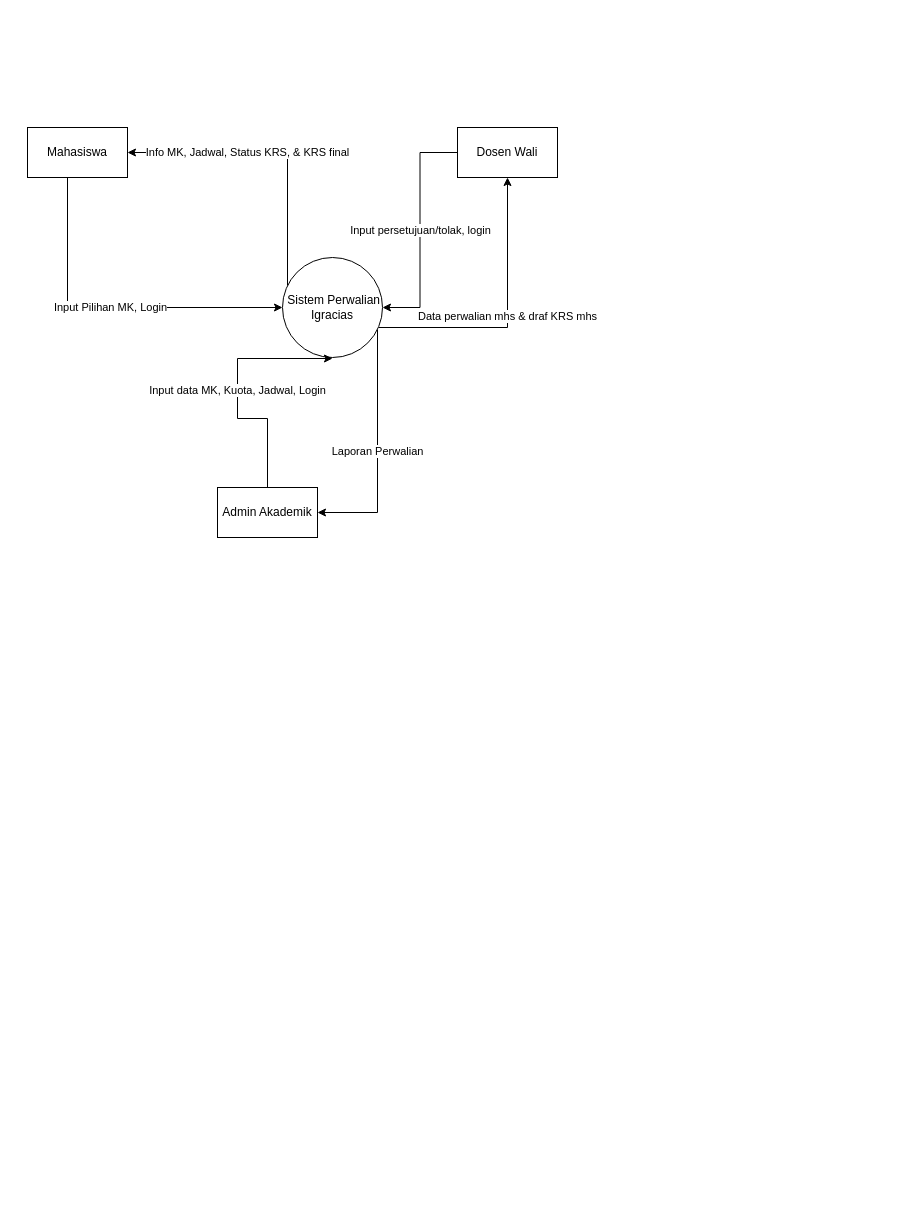
Before: DIAGRAM UTS ONLINE RPL.drawio in raskolnikov64/diagram-ukk, a draw.io diagram. Source tidied: cells renumbered, new cells numbered last; positions are measured from the earlier drawing's top-left corner, leaving out a move shared by most shapes. Both pictures are drawn from the tidied source at 100%, with x=0, y=0 at pixel (27, 127).
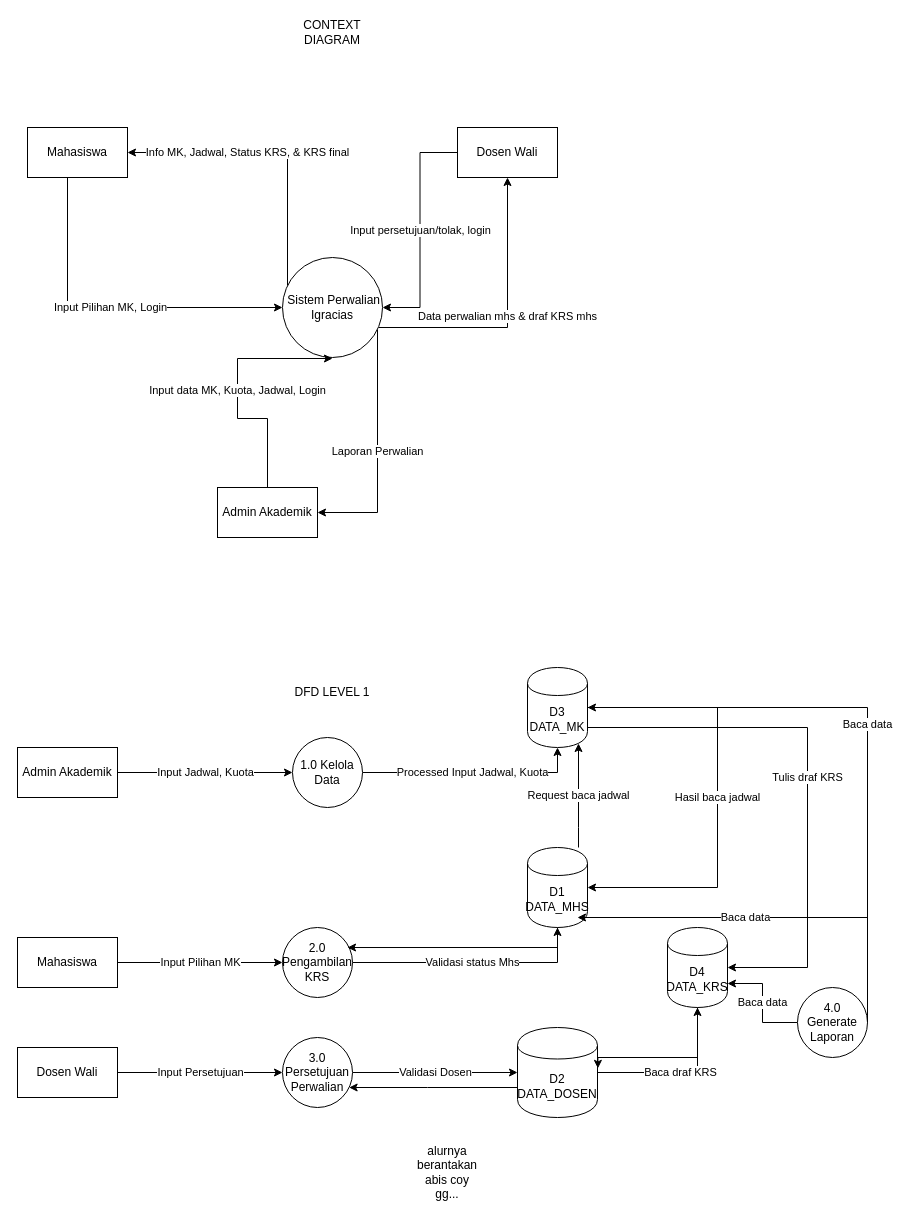
After the change.

Commit message:
berantakan abis jir

What changed in the source:
```diff
@@
+    <mxCell id="12" value="CONTEXT DIAGRAM" style="text;html=1;whiteSpace=wrap;strokeColor=none;fillColor=none;align=center;verticalAlign=middle;rounded=0;" parent="1" vertex="1">
+      <mxGeometry x="275" y="-110" width="60" height="30" as="geometry" />
+    </mxCell>
+    <mxCell id="13" value="DFD LEVEL 1" style="text;html=1;whiteSpace=wrap;strokeColor=none;fillColor=none;align=center;verticalAlign=middle;rounded=0;" parent="1" vertex="1">
+      <mxGeometry x="230" y="550" width="150" height="30" as="geometry" />
+    </mxCell>
+    <mxCell id="14" value="Input Jadwal, Kuota" style="edgeStyle=orthogonalEdgeStyle;rounded=0;jettySize=auto;html=1;entryX=0;entryY=0.5;entryDx=0;entryDy=0;" parent="1" edge="1" source="15" target="21">
+      <mxGeometry relative="1" as="geometry" />
+    </mxCell>
+    <mxCell id="15" value="Admin Akademik" style="html=1;dashed=0;whiteSpace=wrap;" parent="1" vertex="1">
+      <mxGeometry x="-10" y="620" width="100" height="50" as="geometry" />
+    </mxCell>
+    <mxCell id="16" value="Input Persetujuan" style="edgeStyle=orthogonalEdgeStyle;rounded=0;jettySize=auto;html=1;entryX=0;entryY=0.5;entryDx=0;entryDy=0;" parent="1" edge="1" source="17" target="30">
+      <mxGeometry relative="1" as="geometry" />
+    </mxCell>
+    <mxCell id="17" value="Dosen Wali" style="html=1;dashed=0;whiteSpace=wrap;" parent="1" vertex="1">
+      <mxGeometry x="-10" y="920" width="100" height="50" as="geometry" />
+    </mxCell>
+    <mxCell id="18" value="Input Pilihan MK" style="edgeStyle=orthogonalEdgeStyle;rounded=0;jettySize=auto;html=1;" parent="1" edge="1" source="19" target="26">
+      <mxGeometry relative="1" as="geometry" />
+    </mxCell>
+    <mxCell id="19" value="Mahasiswa" style="html=1;dashed=0;whiteSpace=wrap;" parent="1" vertex="1">
+      <mxGeometry x="-10" y="810" width="100" height="50" as="geometry" />
+    </mxCell>
+    <mxCell id="20" value="Processed Input Jadwal, Kuota" style="edgeStyle=orthogonalEdgeStyle;rounded=0;jettySize=auto;html=1;entryX=0.5;entryY=1;entryDx=0;entryDy=0;" parent="1" edge="1" source="21" target="24">
+      <mxGeometry relative="1" as="geometry" />
+    </mxCell>
+    <mxCell id="21" value="1.0 Kelola Data" style="shape=ellipse;html=1;dashed=0;whiteSpace=wrap;perimeter=ellipsePerimeter;" parent="1" vertex="1">
+      <mxGeometry x="265" y="610" width="70" height="70" as="geometry" />
+    </mxCell>
+    <mxCell id="22" value="Hasil baca jadwal" style="edgeStyle=orthogonalEdgeStyle;rounded=0;jettySize=auto;html=1;entryX=1;entryY=0.5;entryDx=0;entryDy=0;" parent="1" edge="1" source="24" target="27">
+      <mxGeometry relative="1" as="geometry">
+        <Array as="points">
+          <mxPoint x="690" y="580" />
+          <mxPoint x="690" y="760" />
+        </Array>
+      </mxGeometry>
+    </mxCell>
+    <mxCell id="23" value="Tulis draf KRS" style="edgeStyle=orthogonalEdgeStyle;rounded=0;jettySize=auto;html=1;" parent="1" edge="1" source="24" target="34">
+      <mxGeometry relative="1" as="geometry">
+        <Array as="points">
+          <mxPoint x="780" y="600" />
+          <mxPoint x="780" y="840" />
+        </Array>
+      </mxGeometry>
+    </mxCell>
+    <mxCell id="24" value="D3 DATA_MK" style="shape=cylinder;whiteSpace=wrap;html=1;boundedLbl=1;backgroundOutline=1;" parent="1" vertex="1">
+      <mxGeometry x="500" y="540" width="60" height="80" as="geometry" />
+    </mxCell>
+    <mxCell id="25" value="Validasi status Mhs" style="edgeStyle=orthogonalEdgeStyle;rounded=0;jettySize=auto;html=1;entryX=0.5;entryY=1;entryDx=0;entryDy=0;" parent="1" edge="1" source="26" target="27">
+      <mxGeometry relative="1" as="geometry" />
+    </mxCell>
+    <mxCell id="26" value="2.0 Pengambilan KRS" style="shape=ellipse;html=1;dashed=0;whiteSpace=wrap;perimeter=ellipsePerimeter;" parent="1" vertex="1">
+      <mxGeometry x="255" y="800" width="70" height="70" as="geometry" />
+    </mxCell>
+    <mxCell id="27" value="D1&lt;br&gt;DATA_MHS" style="shape=cylinder;whiteSpace=wrap;html=1;boundedLbl=1;backgroundOutline=1;" parent="1" vertex="1">
+      <mxGeometry x="500" y="720" width="60" height="80" as="geometry" />
+    </mxCell>
+    <mxCell id="28" value="Request baca jadwal" style="edgeStyle=orthogonalEdgeStyle;rounded=0;jettySize=auto;html=1;entryX=0.85;entryY=0.95;entryDx=0;entryDy=0;entryPerimeter=0;" parent="1" edge="1" source="27" target="24">
+      <mxGeometry relative="1" as="geometry">
+        <Array as="points">
+          <mxPoint x="551" y="700" />
+          <mxPoint x="551" y="700" />
+        </Array>
+      </mxGeometry>
+    </mxCell>
+    <mxCell id="29" value="Validasi Dosen" style="edgeStyle=orthogonalEdgeStyle;rounded=0;jettySize=auto;html=1;" parent="1" edge="1" source="30" target="33">
+      <mxGeometry relative="1" as="geometry" />
+    </mxCell>
+    <mxCell id="30" value="3.0&lt;div&gt;Persetujuan Perwalian&lt;/div&gt;" style="shape=ellipse;html=1;dashed=0;whiteSpace=wrap;perimeter=ellipsePerimeter;" parent="1" vertex="1">
+      <mxGeometry x="255" y="910" width="70" height="70" as="geometry" />
+    </mxCell>
+    <mxCell id="31" value="Baca draf KRS" style="edgeStyle=orthogonalEdgeStyle;rounded=0;jettySize=auto;html=1;entryX=0.5;entryY=1;entryDx=0;entryDy=0;" parent="1" edge="1" source="33" target="34">
+      <mxGeometry relative="1" as="geometry" />
+    </mxCell>
+    <mxCell id="32" style="edgeStyle=orthogonalEdgeStyle;rounded=0;jettySize=auto;html=1;" parent="1" edge="1" source="33" target="30">
+      <mxGeometry relative="1" as="geometry">
+        <Array as="points">
+          <mxPoint x="400" y="960" />
+          <mxPoint x="400" y="960" />
+        </Array>
+      </mxGeometry>
+    </mxCell>
+    <mxCell id="33" value="D2&lt;div&gt;DATA_DOSEN&lt;/div&gt;" style="shape=cylinder;whiteSpace=wrap;html=1;boundedLbl=1;backgroundOutline=1;" parent="1" vertex="1">
+      <mxGeometry x="490" y="900" width="80" height="90" as="geometry" />
+    </mxCell>
+    <mxCell id="34" value="D4&lt;br&gt;DATA_KRS" style="shape=cylinder;whiteSpace=wrap;html=1;boundedLbl=1;backgroundOutline=1;" parent="1" vertex="1">
+      <mxGeometry x="640" y="800" width="60" height="80" as="geometry" />
+    </mxCell>
+    <mxCell id="35" value="Baca data" style="edgeStyle=orthogonalEdgeStyle;rounded=0;jettySize=auto;html=1;entryX=1;entryY=0.5;entryDx=0;entryDy=0;" parent="1" edge="1" source="37" target="24">
+      <mxGeometry relative="1" as="geometry">
+        <Array as="points">
+          <mxPoint x="840" y="915" />
+          <mxPoint x="840" y="580" />
+        </Array>
+      </mxGeometry>
+    </mxCell>
+    <mxCell id="36" value="Baca data" style="edgeStyle=orthogonalEdgeStyle;rounded=0;jettySize=auto;html=1;entryX=1;entryY=0.7;entryDx=0;entryDy=0;" parent="1" edge="1" source="37" target="34">
+      <mxGeometry relative="1" as="geometry" />
+    </mxCell>
+    <mxCell id="37" value="4.0&lt;div&gt;Generate Laporan&lt;/div&gt;" style="shape=ellipse;html=1;dashed=0;whiteSpace=wrap;perimeter=ellipsePerimeter;" parent="1" vertex="1">
+      <mxGeometry x="770" y="860" width="70" height="70" as="geometry" />
+    </mxCell>
+    <mxCell id="38" value="Baca data" style="edgeStyle=orthogonalEdgeStyle;rounded=0;jettySize=auto;html=1;entryX=0.833;entryY=0.875;entryDx=0;entryDy=0;entryPerimeter=0;" parent="1" edge="1" source="37" target="27">
+      <mxGeometry x="0.15" relative="1" as="geometry">
+        <Array as="points">
+          <mxPoint x="840" y="915" />
+          <mxPoint x="840" y="790" />
+        </Array>
+      </mxGeometry>
+    </mxCell>
+    <mxCell id="39" style="edgeStyle=orthogonalEdgeStyle;rounded=0;jettySize=auto;html=1;entryX=0.929;entryY=0.286;entryDx=0;entryDy=0;entryPerimeter=0;" parent="1" edge="1" source="27" target="26">
+      <mxGeometry relative="1" as="geometry">
+        <Array as="points">
+          <mxPoint x="530" y="820" />
+        </Array>
+      </mxGeometry>
+    </mxCell>
+    <mxCell id="40" value="alurnya berantakan abis coy gg..." style="text;html=1;whiteSpace=wrap;strokeColor=none;fillColor=none;align=center;verticalAlign=middle;rounded=0;" parent="1" vertex="1">
+      <mxGeometry x="390" y="1030" width="60" height="30" as="geometry" />
+    </mxCell>
+    <mxCell id="41" style="edgeStyle=orthogonalEdgeStyle;rounded=0;jettySize=auto;html=1;entryX=1.005;entryY=0.454;entryDx=0;entryDy=0;entryPerimeter=0;" parent="1" edge="1" source="34" target="33">
+      <mxGeometry relative="1" as="geometry">
+        <Array as="points">
+          <mxPoint x="670" y="930" />
+          <mxPoint x="570" y="930" />
+        </Array>
+      </mxGeometry>
+    </mxCell>
```
